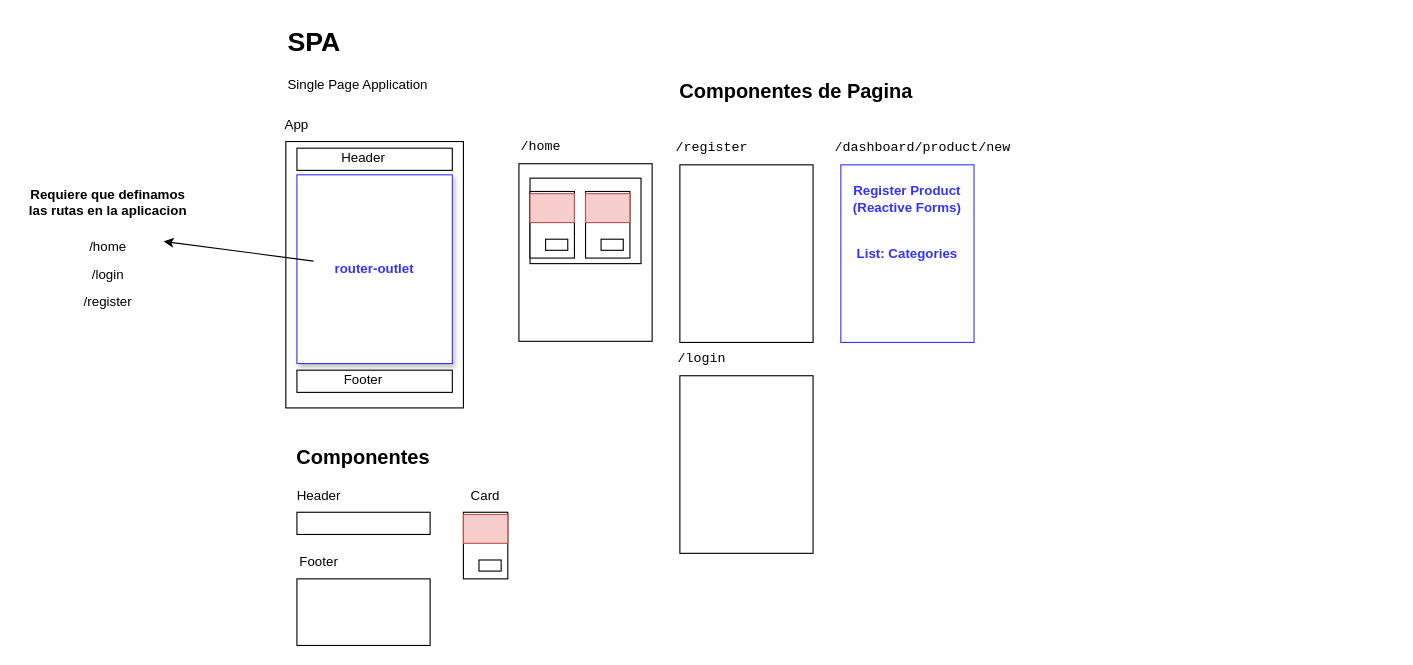
BIT-202507/foodz-frontend keeps this draw.io diagram as guide.drawio. Above is the earlier version. Source tidied: cells renumbered, new cells numbered last; positions are measured from the earlier drawing's top-left corner, leaving out a move shared by most shapes. Both pictures are drawn from the tidied source at 111%, with x=0, y=0 at pixel (19, 19).
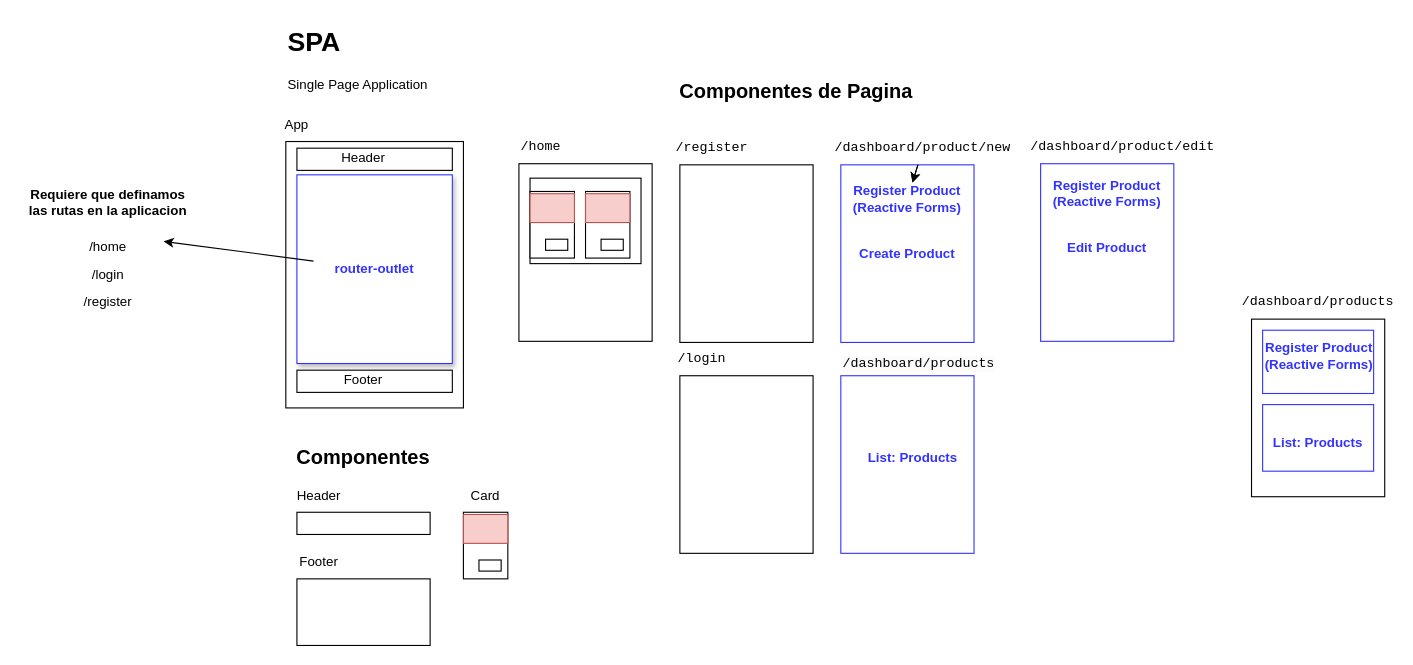
Above is the later version.

Commit message (it also covers changes not shown here):
[+] product-new-form: Captura datos del formulario

Unchanged cells that the change refers to:
```xml
<mxCell id="32" value="Register Product&lt;br&gt;(Reactive Forms)" style="text;html=1;align=center;verticalAlign=middle;whiteSpace=wrap;rounded=0;fontStyle=1;fontColor=#3333FF;" parent="1" vertex="1">
  <mxGeometry x="745" y="147" width="110" height="30" as="geometry" />
</mxCell>
```

Diff of the diagram source:
```diff
@@
+    <mxCell id="44" style="edgeStyle=none;html=1;" parent="1" edge="1" source="31" target="32">
+      <mxGeometry relative="1" as="geometry" />
+    </mxCell>
+    <mxCell id="45" style="edgeStyle=none;html=1;" parent="1" edge="1" source="31" target="32">
+      <mxGeometry relative="1" as="geometry" />
+    </mxCell>
-    <mxCell id="31" value="/dashboard/product/new" style="text;html=1;align=center;verticalAlign=middle;whiteSpace=wrap;rounded=0;fontFamily=Courier New;" parent="1" vertex="1">
+    <mxCell id="31" value="&lt;span style=&quot;color: rgb(0, 0, 0);&quot;&gt;/dashboard/product/new&lt;/span&gt;" style="text;html=1;align=center;verticalAlign=middle;whiteSpace=wrap;rounded=0;fontFamily=Courier New;" parent="1" vertex="1">
       <mxGeometry x="794" y="101" width="40" height="30" as="geometry" />
     </mxCell>
@@
-    <mxCell id="33" value="List: Categories" style="text;html=1;align=center;verticalAlign=middle;whiteSpace=wrap;rounded=0;fontStyle=1;fontColor=#3333FF;" parent="1" vertex="1">
+    <mxCell id="33" value="Create Product" style="text;html=1;align=center;verticalAlign=middle;whiteSpace=wrap;rounded=0;fontStyle=1;fontColor=#3333FF;" parent="1" vertex="1">
       <mxGeometry x="745" y="196" width="110" height="30" as="geometry" />
     </mxCell>
@@
+    <mxCell id="46" style="rounded=0;whiteSpace=wrap;html=1;strokeColor=#3333FF;" parent="1" vertex="1">
+      <mxGeometry x="740" y="321" width="120" height="160" as="geometry" />
+    </mxCell>
+    <mxCell id="47" value="&lt;span style=&quot;color: rgb(0, 0, 0); font-family: &amp;quot;Courier New&amp;quot;; font-size: 12px; font-style: normal; font-variant-ligatures: normal; font-variant-caps: normal; font-weight: 400; letter-spacing: normal; orphans: 2; text-align: center; text-indent: 0px; text-transform: none; widows: 2; word-spacing: 0px; -webkit-text-stroke-width: 0px; white-space: normal; background-color: rgb(251, 251, 251); text-decoration-thickness: initial; text-decoration-style: initial; text-decoration-color: initial; float: none; display: inline !important;&quot;&gt;/dashboard/products&lt;/span&gt;&lt;div&gt;&lt;span style=&quot;color: rgb(0, 0, 0); font-family: &amp;quot;Courier New&amp;quot;; font-size: 12px; font-style: normal; font-variant-ligatures: normal; font-variant-caps: normal; font-weight: 400; letter-spacing: normal; orphans: 2; text-align: center; text-indent: 0px; text-transform: none; widows: 2; word-spacing: 0px; -webkit-text-stroke-width: 0px; white-space: normal; background-color: rgb(251, 251, 251); text-decoration-thickness: initial; text-decoration-style: initial; text-decoration-color: initial; float: none; display: inline !important;&quot;&gt;&lt;br&gt;&lt;/span&gt;&lt;/div&gt;" style="text;whiteSpace=wrap;html=1;" parent="1" vertex="1">
+      <mxGeometry x="740" y="296" width="190" height="40" as="geometry" />
+    </mxCell>
+    <mxCell id="48" style="rounded=0;whiteSpace=wrap;html=1;strokeColor=#3333FF;" parent="1" vertex="1">
+      <mxGeometry x="920" y="130" width="120" height="160" as="geometry" />
+    </mxCell>
+    <mxCell id="49" value="&lt;span style=&quot;color: rgb(0, 0, 0);&quot;&gt;/dashboard/product/edit&lt;/span&gt;" style="text;html=1;align=center;verticalAlign=middle;whiteSpace=wrap;rounded=0;fontFamily=Courier New;" parent="1" vertex="1">
+      <mxGeometry x="974" y="100" width="40" height="30" as="geometry" />
+    </mxCell>
+    <mxCell id="50" value="List: Products" style="text;html=1;align=center;verticalAlign=middle;whiteSpace=wrap;rounded=0;fontStyle=1;fontColor=#3333FF;" parent="1" vertex="1">
+      <mxGeometry x="750" y="380" width="110" height="30" as="geometry" />
+    </mxCell>
+    <mxCell id="51" value="Register Product&lt;br&gt;(Reactive Forms)" style="text;html=1;align=center;verticalAlign=middle;whiteSpace=wrap;rounded=0;fontStyle=1;fontColor=#3333FF;" parent="1" vertex="1">
+      <mxGeometry x="925" y="142" width="110" height="30" as="geometry" />
+    </mxCell>
+    <mxCell id="52" value="Edit Product" style="text;html=1;align=center;verticalAlign=middle;whiteSpace=wrap;rounded=0;fontStyle=1;fontColor=#3333FF;" parent="1" vertex="1">
+      <mxGeometry x="925" y="191" width="110" height="30" as="geometry" />
+    </mxCell>
+    <mxCell id="53" style="rounded=0;whiteSpace=wrap;html=1;" parent="1" vertex="1">
+      <mxGeometry x="1110" y="270" width="120" height="160" as="geometry" />
+    </mxCell>
+    <mxCell id="54" value="/dashboard/products" style="text;html=1;align=center;verticalAlign=middle;whiteSpace=wrap;rounded=0;fontFamily=Courier New;" parent="1" vertex="1">
+      <mxGeometry x="1150" y="240" width="40" height="30" as="geometry" />
+    </mxCell>
+    <mxCell id="55" style="rounded=0;whiteSpace=wrap;html=1;strokeColor=#3333FF;" parent="1" vertex="1">
+      <mxGeometry x="1120" y="280" width="100" height="57" as="geometry" />
+    </mxCell>
+    <mxCell id="56" value="Register Product&lt;br&gt;(Reactive Forms)" style="text;html=1;align=center;verticalAlign=middle;whiteSpace=wrap;rounded=0;fontStyle=1;fontColor=#3333FF;" parent="1" vertex="1">
+      <mxGeometry x="1116" y="288" width="110" height="30" as="geometry" />
+    </mxCell>
+    <mxCell id="57" style="rounded=0;whiteSpace=wrap;html=1;strokeColor=#3333FF;" parent="1" vertex="1">
+      <mxGeometry x="1120" y="347" width="100" height="60" as="geometry" />
+    </mxCell>
+    <mxCell id="58" value="List: Products" style="text;html=1;align=center;verticalAlign=middle;whiteSpace=wrap;rounded=0;fontStyle=1;fontColor=#3333FF;" parent="1" vertex="1">
+      <mxGeometry x="1115" y="367" width="110" height="30" as="geometry" />
+    </mxCell>
```
